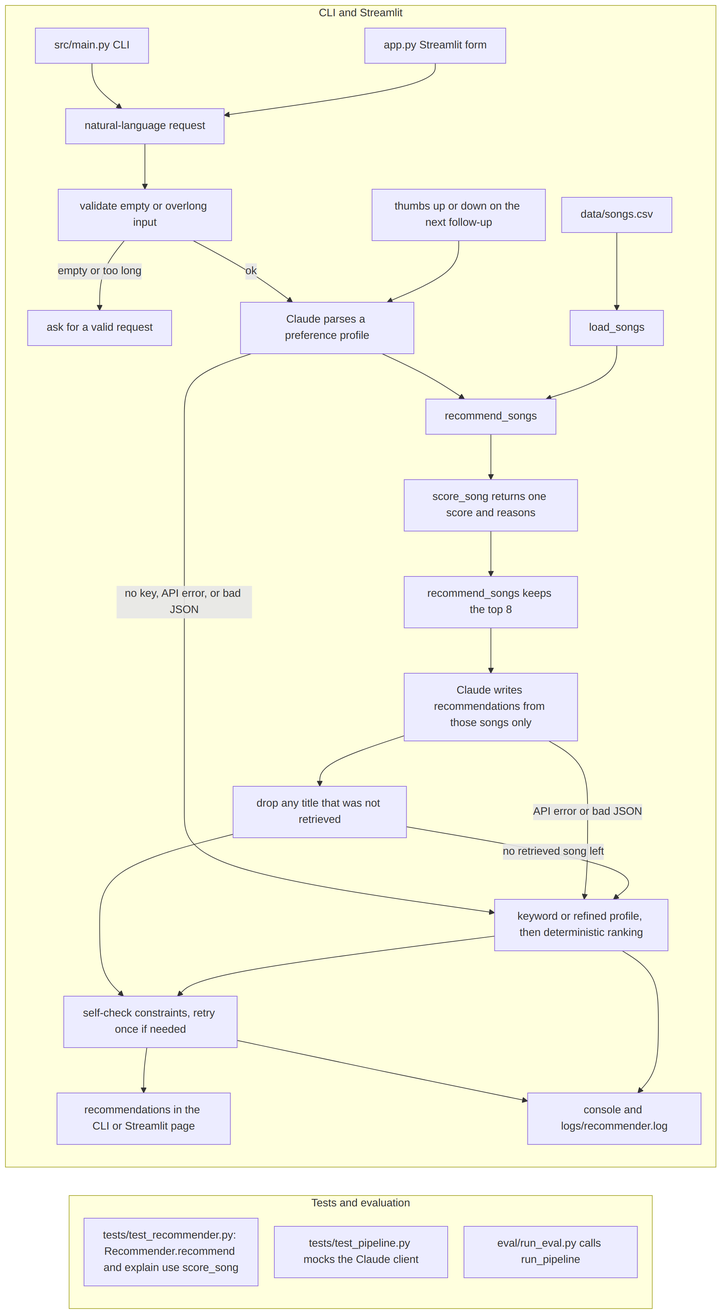
This is assets/architecture.png from ThePurpleClub/applied-ai-system-project, a Mermaid export, as it was before one commit. Its source is kept beside it as diagrams/architecture.mmd.
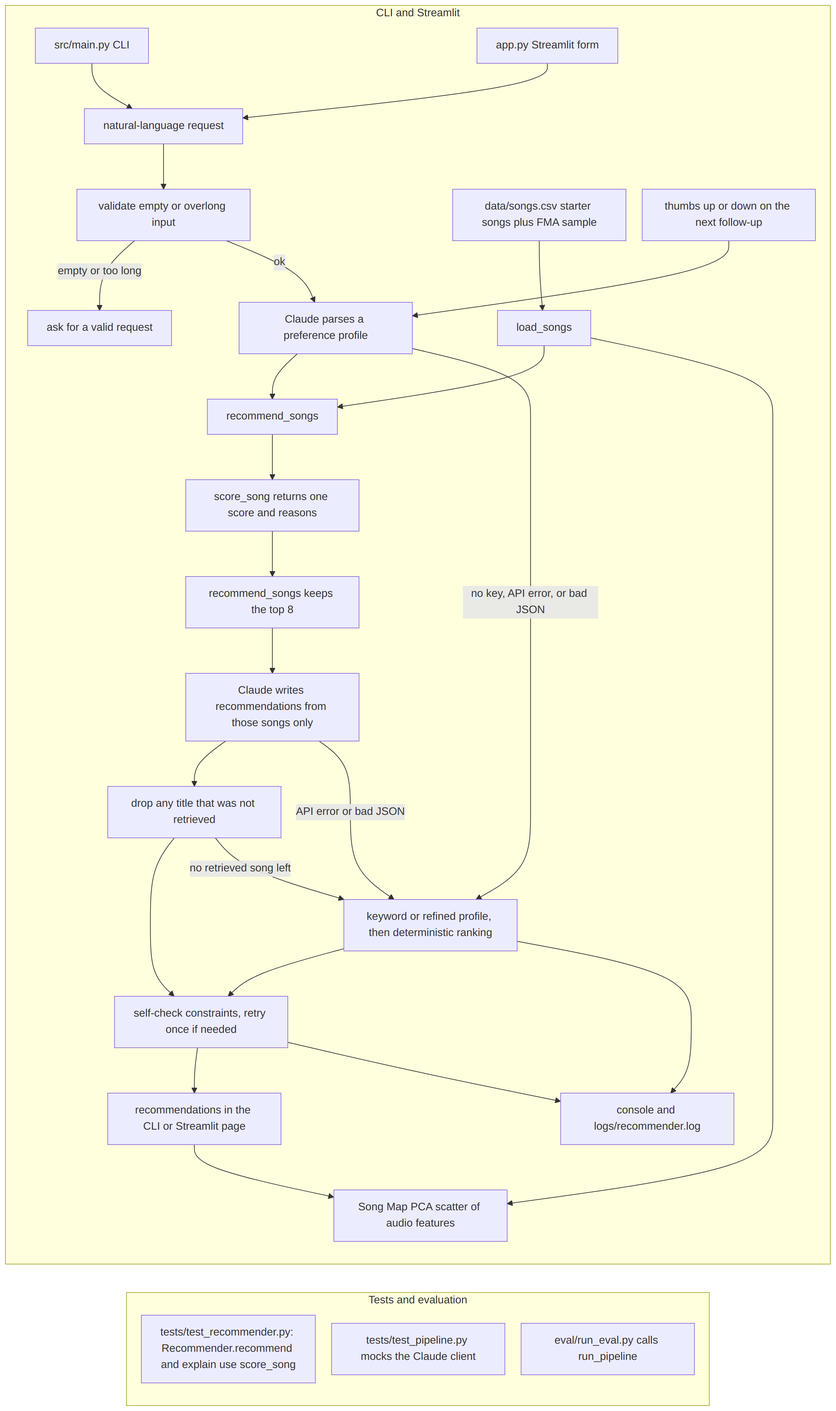
The same diagram one commit later.

Diff of the diagram source:
```diff
@@ -7,7 +7,7 @@
         request --> checkLen["validate empty or overlong input"]
         checkLen -->|"empty or too long"| rejected["ask for a valid request"]
         checkLen -->|"ok"| parse["Claude parses a preference profile"]
-        csv["data/songs.csv"] --> loadSongs["load_songs"]
+        csv["data/songs.csv starter songs plus FMA sample"] --> loadSongs["load_songs"]
         parse --> retrieve["recommend_songs"]
         loadSongs --> retrieve
         retrieve --> score["score_song returns one score and reasons"]
@@ -16,6 +16,8 @@
         generate --> guard["drop any title that was not retrieved"]
         guard --> check["self-check constraints, retry once if needed"]
         check --> stdout["recommendations in the CLI or Streamlit page"]
+        loadSongs --> songMap["Song Map PCA scatter of audio features"]
+        stdout --> songMap
         feedback["thumbs up or down on the next follow-up"] --> parse
         parse -->|"no key, API error, or bad JSON"| fallback["keyword or refined profile, then deterministic ranking"]
         generate -->|"API error or bad JSON"| fallback
```
